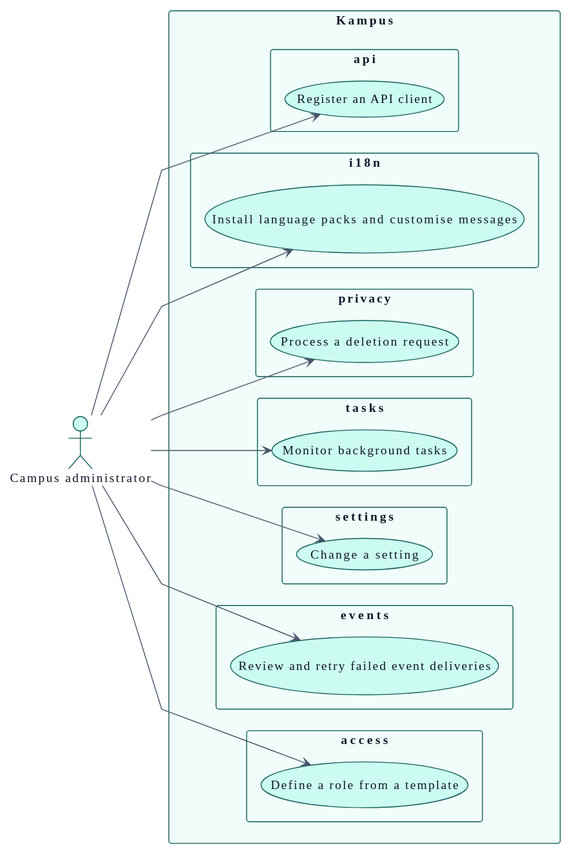
This is docs/01-requirements/use-cases-campus_administrator.svg from didactika/kampus, a PlantUML export, as it was before one commit.
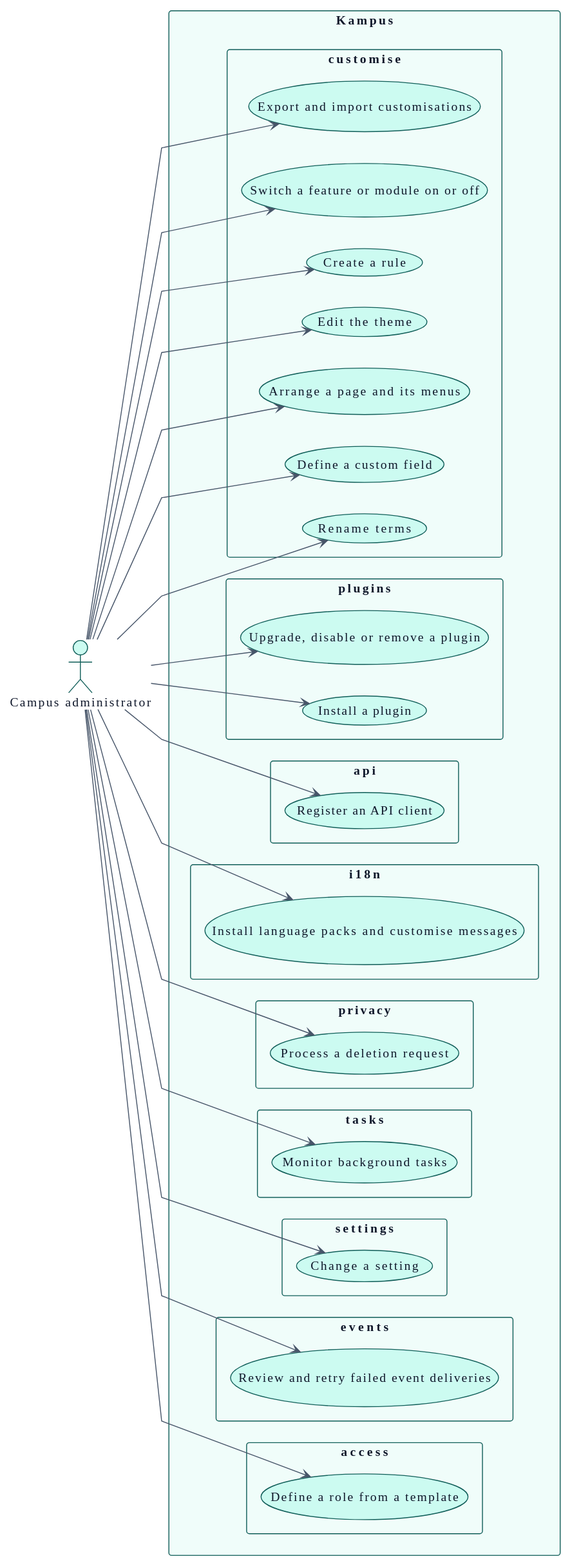
The same file after the commit.

Change to the diagram source:
```diff
@@ -130,6 +130,19 @@
   package "api" {
     usecase "Register an API client" as UC_registerApiClient
   }
+  package "plugins" {
+    usecase "Install a plugin" as UC_installPlugin
+    usecase "Upgrade, disable or remove a plugin" as UC_managePlugin
+  }
+  package "customise" {
+    usecase "Rename terms" as UC_renameTerms
+    usecase "Define a custom field" as UC_defineCustomField
+    usecase "Arrange a page and its menus" as UC_arrangeLayout
+    usecase "Edit the theme" as UC_editTheme
+    usecase "Create a rule" as UC_createRule
+    usecase "Switch a feature or module on or off" as UC_switchFeature
+    usecase "Export and import customisations" as UC_shareCustomisation
+  }
 }
 
 A_Campus_administrator --> UC_defineRole
@@ -139,4 +152,13 @@
 A_Campus_administrator --> UC_processDeletionRequest
 A_Campus_administrator --> UC_manageLanguagePacks
 A_Campus_administrator --> UC_registerApiClient
+A_Campus_administrator --> UC_installPlugin
+A_Campus_administrator --> UC_managePlugin
+A_Campus_administrator --> UC_renameTerms
+A_Campus_administrator --> UC_defineCustomField
+A_Campus_administrator --> UC_arrangeLayout
+A_Campus_administrator --> UC_editTheme
+A_Campus_administrator --> UC_createRule
+A_Campus_administrator --> UC_switchFeature
+A_Campus_administrator --> UC_shareCustomisation
 @enduml
```
